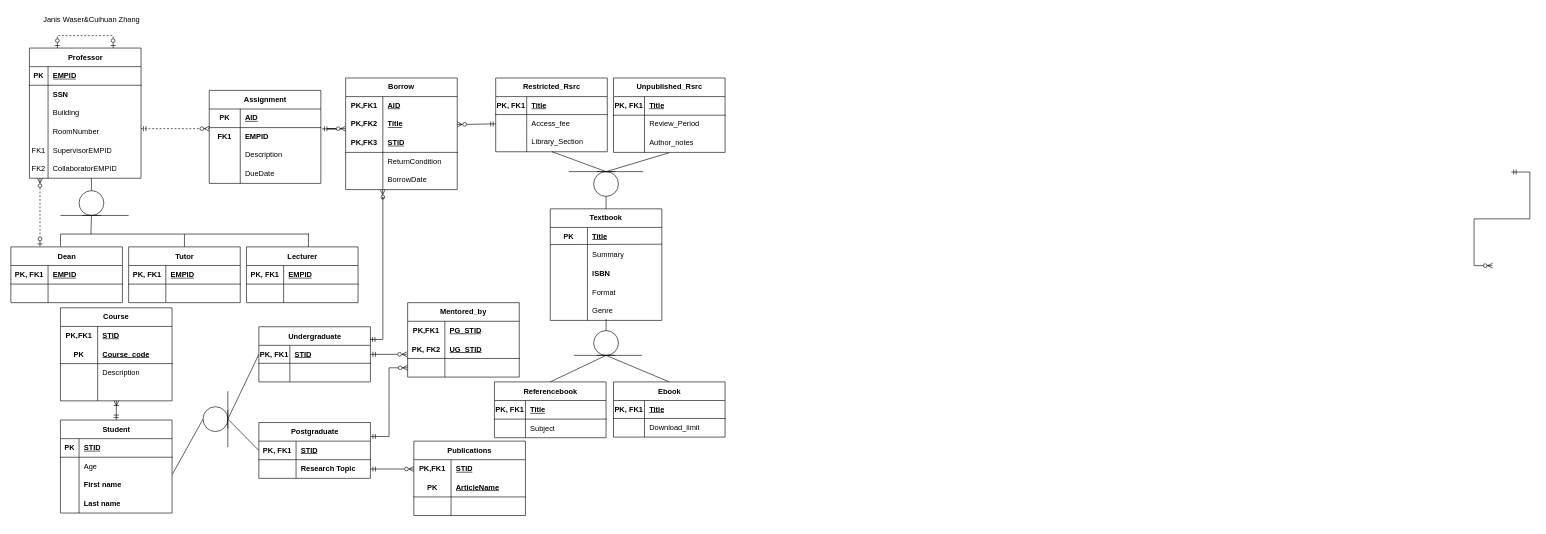
This is Homework2/DM-HW2_Janis_Waser_Cuihan_Zhang.drawio from us-ja/Data_Management, a draw.io file, before an edit. Source tidied: cells renumbered, new cells numbered last; positions are measured from the earlier drawing's top-left corner, leaving out a move shared by most shapes. Both pictures are drawn from the tidied source at 62%, with x=0, y=0 at pixel (11, 11).
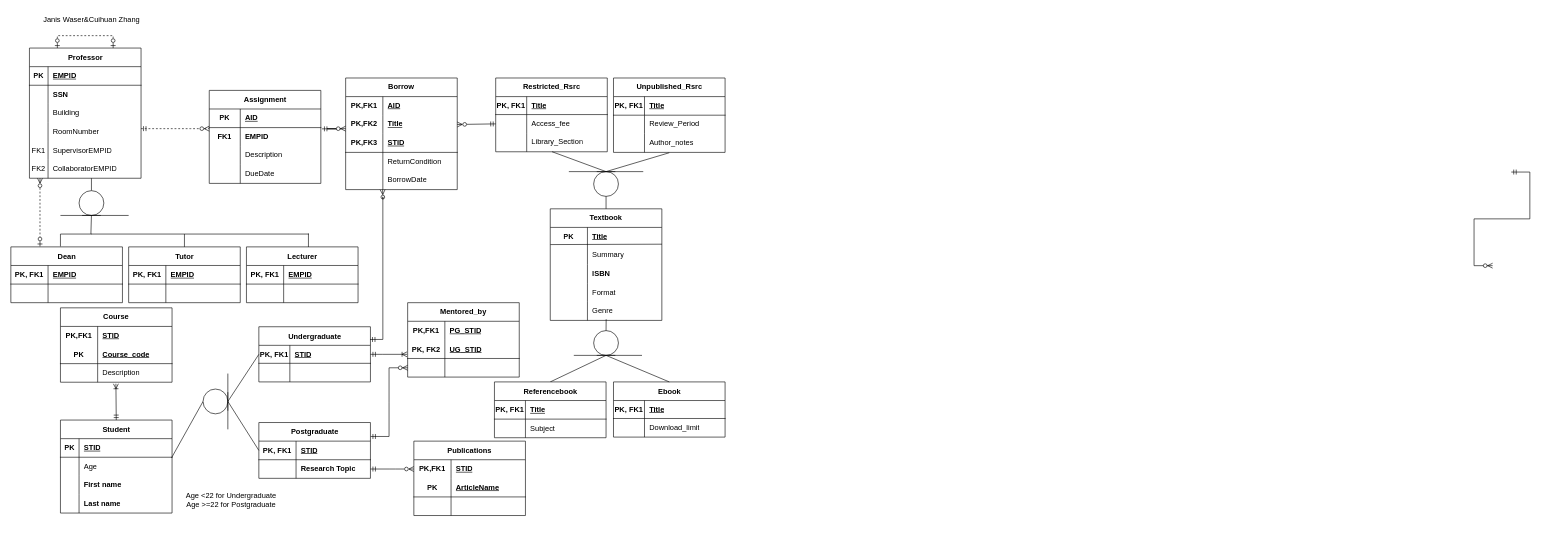
After the change.

Unchanged cells that the change refers to:
```xml
<mxCell id="2" value="Student" style="shape=table;startSize=30;childLayout=tableLayout;rowLines=0;fontStyle=1;align=center;html=1;" parent="1" vertex="1">
  <mxGeometry x="80" y="660" width="180" height="150" as="geometry" />
</mxCell>
<mxCell id="6" style="shape=tableRow;horizontal=0;startSize=0;swimlaneHead=0;swimlaneBody=0;fillColor=none;points=[[0,0.5],[1,0.5]];portConstraint=eastwest;top=0;left=0;right=0;bottom=0;" parent="2" vertex="1">
  <mxGeometry y="60" width="180" height="30" as="geometry" />
</mxCell>
<mxCell id="9" style="shape=tableRow;horizontal=0;startSize=0;swimlaneHead=0;swimlaneBody=0;fillColor=none;points=[[0,0.5],[1,0.5]];portConstraint=eastwest;top=0;left=0;right=0;bottom=0;" parent="2" vertex="1">
  <mxGeometry y="90" width="180" height="30" as="geometry" />
</mxCell>
<mxCell id="36" style="shape=tableRow;horizontal=0;startSize=0;swimlaneHead=0;swimlaneBody=0;fillColor=none;points=[[0,0.5],[1,0.5]];portConstraint=eastwest;top=0;left=0;right=0;bottom=1;" parent="35" vertex="1">
  <mxGeometry y="30" width="180" height="29" as="geometry" />
</mxCell>
<mxCell id="79" style="shape=tableRow;horizontal=0;startSize=0;swimlaneHead=0;swimlaneBody=0;fillColor=none;points=[[0,0.5],[1,0.5]];portConstraint=eastwest;top=0;left=0;right=0;bottom=0;html=1;" parent="72" vertex="1">
  <mxGeometry y="90" width="180" height="30" as="geometry" />
</mxCell>
```

The edit, as a diff of the source:
```diff
@@
-    <mxCell id="42" style="endArrow=none;html=1;rounded=0;exitX=1.004;exitY=-0.094;exitDx=0;exitDy=0;exitPerimeter=0;entryX=0.5;entryY=0;entryDx=0;entryDy=0;" parent="1" edge="1" source="9" target="43">
+    <mxCell id="42" style="endArrow=none;html=1;rounded=0;exitX=0.995;exitY=0.036;exitDx=0;exitDy=0;exitPerimeter=0;entryX=0.5;entryY=0;entryDx=0;entryDy=0;" parent="1" edge="1" source="6" target="43">
       <mxGeometry relative="1" as="geometry" />
     </mxCell>
     <mxCell id="43" style="ellipse;shape=umlEntity;whiteSpace=wrap;html=1;direction=north;" parent="1" vertex="1">
-      <mxGeometry x="310" y="638.5" width="40" height="40" as="geometry" />
+      <mxGeometry x="310" y="610" width="40" height="40" as="geometry" />
     </mxCell>
     <mxCell id="44" style="endArrow=none;html=1;rounded=0;" parent="1" edge="1">
       <mxGeometry relative="1" as="geometry">
-        <mxPoint x="350" y="703.5" as="sourcePoint" />
-        <mxPoint x="350" y="613.5" as="targetPoint" />
+        <mxPoint x="350" y="675" as="sourcePoint" />
+        <mxPoint x="350" y="585" as="targetPoint" />
       </mxGeometry>
     </mxCell>
@@
     <mxCell id="72" value="Course" style="shape=table;startSize=30;childLayout=tableLayout;rowLines=0;fontStyle=1;align=center;html=1;whiteSpace=wrap;" parent="1" vertex="1">
-      <mxGeometry x="80" y="479" width="180" height="150" as="geometry" />
+      <mxGeometry x="80" y="479" width="180" height="120" as="geometry" />
     </mxCell>
@@
-    <mxCell id="82" style="shape=tableRow;horizontal=0;startSize=0;swimlaneHead=0;swimlaneBody=0;fillColor=none;points=[[0,0.5],[1,0.5]];portConstraint=eastwest;top=0;left=0;right=0;bottom=0;html=1;" parent="72" vertex="1">
-      <mxGeometry y="120" width="180" height="30" as="geometry" />
-    </mxCell>
-    <mxCell id="83" style="shape=partialRectangle;fillColor=none;top=0;left=0;bottom=0;right=0;overflow=hidden;html=1;whiteSpace=wrap;" parent="82" vertex="1">
-      <mxGeometry width="60" height="30" as="geometry" />
-    </mxCell>
-    <mxCell id="84" style="shape=partialRectangle;fillColor=none;top=0;left=0;bottom=0;right=0;align=left;spacingLeft=6;overflow=hidden;html=1;whiteSpace=wrap;" parent="82" vertex="1">
-      <mxGeometry x="60" width="120" height="30" as="geometry" />
-    </mxCell>
@@
-    <mxCell id="207" style="endArrow=ERmandOne;html=1;rounded=0;entryX=1;entryY=0.5;entryDx=0;entryDy=0;endFill=0;startArrow=ERzeroToMany;startFill=0;" parent="1" edge="1" target="36">
+    <mxCell id="207" style="endArrow=ERmandOne;html=1;rounded=0;entryX=1;entryY=0.5;entryDx=0;entryDy=0;endFill=0;startArrow=ERoneToMany;startFill=0;" parent="1" edge="1" target="36">
       <mxGeometry relative="1" as="geometry">
         <mxPoint x="639" y="554" as="sourcePoint" />
         <Array as="points">
           <mxPoint x="600" y="554" />
         </Array>
       </mxGeometry>
     </mxCell>
@@
-    <mxCell id="215" style="endArrow=ERoneToMany;html=1;rounded=0;endFill=0;startArrow=ERmandOne;startFill=0;entryX=0.501;entryY=0.985;entryDx=0;entryDy=0;entryPerimeter=0;exitX=0.5;exitY=0;exitDx=0;exitDy=0;" parent="1" edge="1" source="2" target="82">
+    <mxCell id="215" style="endArrow=ERoneToMany;html=1;rounded=0;endFill=0;startArrow=ERmandOne;startFill=0;exitX=0.5;exitY=0;exitDx=0;exitDy=0;entryX=0.497;entryY=1.083;entryDx=0;entryDy=0;entryPerimeter=0;" parent="1" edge="1" source="2" target="79">
       <mxGeometry relative="1" as="geometry" />
     </mxCell>
+    <mxCell id="216" value="Age &amp;lt;22 for Undergraduate&lt;div&gt;Age &amp;gt;=22 for Postgraduate&lt;div&gt;&lt;br&gt;&lt;/div&gt;&lt;/div&gt;" style="text;html=1;align=center;verticalAlign=middle;strokeColor=none;fillColor=none;" parent="1" vertex="1">
+      <mxGeometry x="270" y="767" width="170" height="60" as="geometry" />
+    </mxCell>
```
